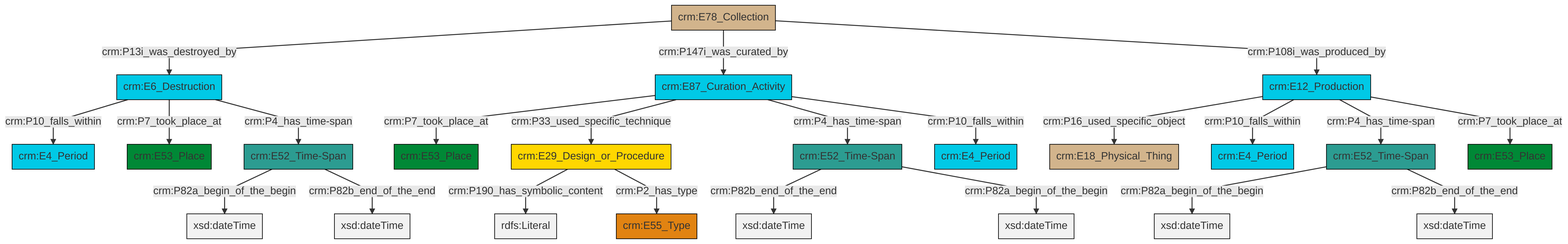
The Mermaid diagram et/archivalCSV/ttl/mmd/png/archival_existence.png in swiss-art-research-net/docs.swissartresearch, before a commit. Its source is kept beside it as et/archivalCSV/ttl/mmd/archival_existence.ttl.mmd.
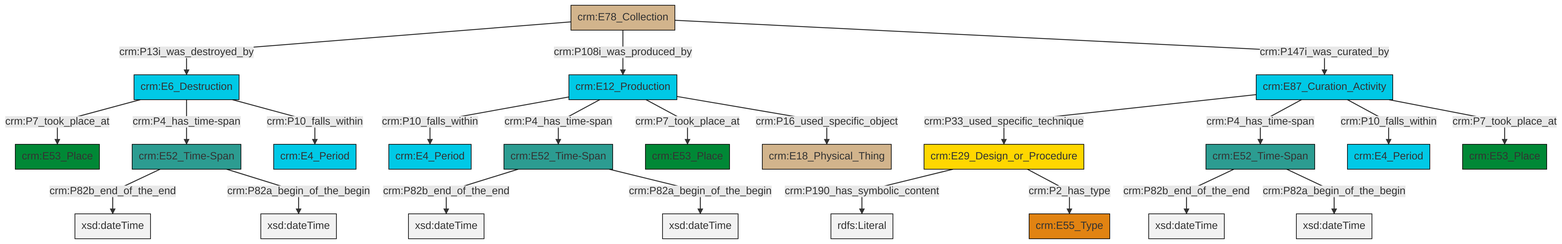
The same file after the commit.

Diff of the diagram source:
```diff
@@ -13,25 +13,25 @@
 classDef PC_Classes fill:#4ce600, stroke:#000000;
 classDef Multi fill:#cccccc,stroke:#000000;
 
+0["crm:E52_Time-Span"]:::Time-Span -->|crm:P82b_end_of_the_end| 1[xsd:dateTime]:::Literal
 2["crm:E29_Design_or_Procedure"]:::Conceptual_Object -->|crm:P190_has_symbolic_content| 3[rdfs:Literal]:::Literal
+4["crm:E78_Collection"]:::Physical_Thing -->|crm:P13i_was_destroyed_by| 5["crm:E6_Destruction"]:::Temporal_Entity
 6["crm:E52_Time-Span"]:::Time-Span -->|crm:P82b_end_of_the_end| 7[xsd:dateTime]:::Literal
-10["crm:E87_Curation_Activity"]:::Temporal_Entity -->|crm:P7_took_place_at| 0["crm:E53_Place"]:::Place
-10["crm:E87_Curation_Activity"]:::Temporal_Entity -->|crm:P33_used_specific_technique| 2["crm:E29_Design_or_Procedure"]:::Conceptual_Object
-4["crm:E6_Destruction"]:::Temporal_Entity -->|crm:P10_falls_within| 21["crm:E4_Period"]:::Temporal_Entity
-13["crm:E78_Collection"]:::Physical_Thing -->|crm:P13i_was_destroyed_by| 4["crm:E6_Destruction"]:::Temporal_Entity
-6["crm:E52_Time-Span"]:::Time-Span -->|crm:P82a_begin_of_the_begin| 22[xsd:dateTime]:::Literal
-10["crm:E87_Curation_Activity"]:::Temporal_Entity -->|crm:P4_has_time-span| 6["crm:E52_Time-Span"]:::Time-Span
-8["crm:E12_Production"]:::Temporal_Entity -->|crm:P16_used_specific_object| 19["crm:E18_Physical_Thing"]:::Physical_Thing
-13["crm:E78_Collection"]:::Physical_Thing -->|crm:P147i_was_curated_by| 10["crm:E87_Curation_Activity"]:::Temporal_Entity
-11["crm:E52_Time-Span"]:::Time-Span -->|crm:P82a_begin_of_the_begin| 23[xsd:dateTime]:::Literal
-8["crm:E12_Production"]:::Temporal_Entity -->|crm:P10_falls_within| 25["crm:E4_Period"]:::Temporal_Entity
-10["crm:E87_Curation_Activity"]:::Temporal_Entity -->|crm:P10_falls_within| 27["crm:E4_Period"]:::Temporal_Entity
-28["crm:E52_Time-Span"]:::Time-Span -->|crm:P82a_begin_of_the_begin| 29[xsd:dateTime]:::Literal
-4["crm:E6_Destruction"]:::Temporal_Entity -->|crm:P7_took_place_at| 17["crm:E53_Place"]:::Place
-28["crm:E52_Time-Span"]:::Time-Span -->|crm:P82b_end_of_the_end| 32[xsd:dateTime]:::Literal
-8["crm:E12_Production"]:::Temporal_Entity -->|crm:P4_has_time-span| 28["crm:E52_Time-Span"]:::Time-Span
-4["crm:E6_Destruction"]:::Temporal_Entity -->|crm:P4_has_time-span| 11["crm:E52_Time-Span"]:::Time-Span
-11["crm:E52_Time-Span"]:::Time-Span -->|crm:P82b_end_of_the_end| 35[xsd:dateTime]:::Literal
-2["crm:E29_Design_or_Procedure"]:::Conceptual_Object -->|crm:P2_has_type| 15["crm:E55_Type"]:::Type
-8["crm:E12_Production"]:::Temporal_Entity -->|crm:P7_took_place_at| 30["crm:E53_Place"]:::Place
-13["crm:E78_Collection"]:::Physical_Thing -->|crm:P108i_was_produced_by| 8["crm:E12_Production"]:::Temporal_Entity
+5["crm:E6_Destruction"]:::Temporal_Entity -->|crm:P7_took_place_at| 9["crm:E53_Place"]:::Place
+11["crm:E87_Curation_Activity"]:::Temporal_Entity -->|crm:P33_used_specific_technique| 2["crm:E29_Design_or_Procedure"]:::Conceptual_Object
+4["crm:E78_Collection"]:::Physical_Thing -->|crm:P108i_was_produced_by| 14["crm:E12_Production"]:::Temporal_Entity
+14["crm:E12_Production"]:::Temporal_Entity -->|crm:P10_falls_within| 15["crm:E4_Period"]:::Temporal_Entity
+11["crm:E87_Curation_Activity"]:::Temporal_Entity -->|crm:P4_has_time-span| 17["crm:E52_Time-Span"]:::Time-Span
+17["crm:E52_Time-Span"]:::Time-Span -->|crm:P82b_end_of_the_end| 18[xsd:dateTime]:::Literal
+11["crm:E87_Curation_Activity"]:::Temporal_Entity -->|crm:P10_falls_within| 19["crm:E4_Period"]:::Temporal_Entity
+2["crm:E29_Design_or_Procedure"]:::Conceptual_Object -->|crm:P2_has_type| 22["crm:E55_Type"]:::Type
+5["crm:E6_Destruction"]:::Temporal_Entity -->|crm:P4_has_time-span| 0["crm:E52_Time-Span"]:::Time-Span
+11["crm:E87_Curation_Activity"]:::Temporal_Entity -->|crm:P7_took_place_at| 23["crm:E53_Place"]:::Place
+6["crm:E52_Time-Span"]:::Time-Span -->|crm:P82a_begin_of_the_begin| 30[xsd:dateTime]:::Literal
+0["crm:E52_Time-Span"]:::Time-Span -->|crm:P82a_begin_of_the_begin| 31[xsd:dateTime]:::Literal
+14["crm:E12_Production"]:::Temporal_Entity -->|crm:P4_has_time-span| 6["crm:E52_Time-Span"]:::Time-Span
+17["crm:E52_Time-Span"]:::Time-Span -->|crm:P82a_begin_of_the_begin| 32[xsd:dateTime]:::Literal
+4["crm:E78_Collection"]:::Physical_Thing -->|crm:P147i_was_curated_by| 11["crm:E87_Curation_Activity"]:::Temporal_Entity
+14["crm:E12_Production"]:::Temporal_Entity -->|crm:P7_took_place_at| 26["crm:E53_Place"]:::Place
+5["crm:E6_Destruction"]:::Temporal_Entity -->|crm:P10_falls_within| 33["crm:E4_Period"]:::Temporal_Entity
+14["crm:E12_Production"]:::Temporal_Entity -->|crm:P16_used_specific_object| 12["crm:E18_Physical_Thing"]:::Physical_Thing
```
